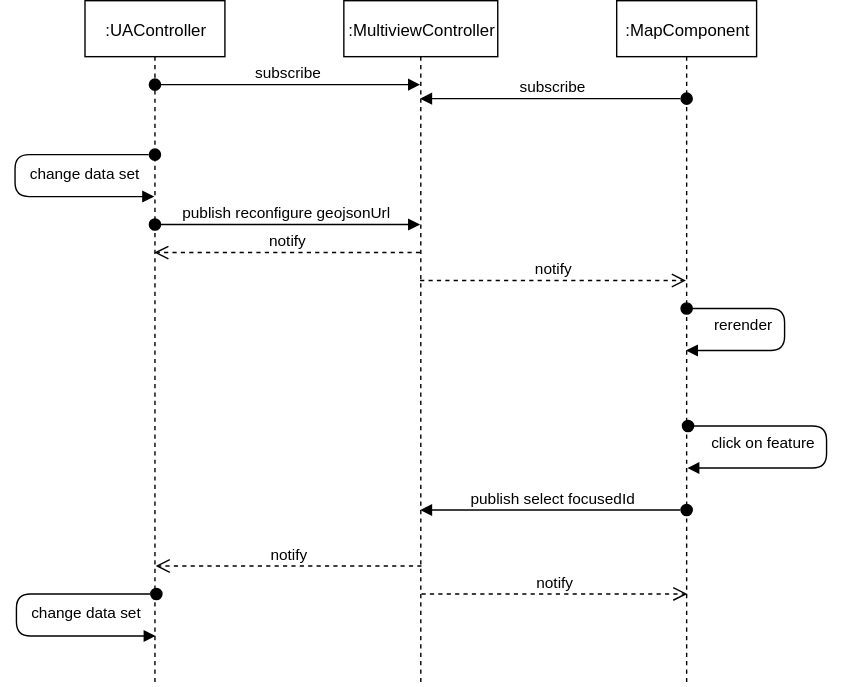
Earlier version of the draw.io export figures/implementation/SequenceDiagram.svg (roschaefer/master-thesis). Source tidied: cells renumbered, new cells last; positions are measured from the earlier drawing's top-left corner, leaving out a move shared by most shapes. Its diagram source:
```xml
<mxGraphModel background="#ffffff">
  <root>
    <mxCell id="0" />
    <mxCell id="1" parent="0" />
    <mxCell id="2" value=":UAController" style="shape=umlLifeline;perimeter=lifelinePerimeter;whiteSpace=wrap;html=1;outlineConnect=0;" parent="1" vertex="1">
      <mxGeometry x="50" width="100" height="490" as="geometry" />
    </mxCell>
    <mxCell id="3" value="subscribe" style="html=1;verticalAlign=bottom;startArrow=oval;startFill=1;endArrow=block;startSize=8;" parent="2" edge="1" target="4">
      <mxGeometry relative="1" as="geometry">
        <mxPoint x="50" y="60" as="sourcePoint" />
      </mxGeometry>
    </mxCell>
    <mxCell id="4" value=":MultiviewController" style="shape=umlLifeline;perimeter=lifelinePerimeter;whiteSpace=wrap;html=1;outlineConnect=0;" parent="1" vertex="1">
      <mxGeometry x="235" width="110" height="490" as="geometry" />
    </mxCell>
    <mxCell id="5" value=":MapComponent" style="shape=umlLifeline;perimeter=lifelinePerimeter;whiteSpace=wrap;html=1;outlineConnect=0;" parent="1" vertex="1">
      <mxGeometry x="430" width="100" height="490" as="geometry" />
    </mxCell>
    <mxCell id="6" value="subscribe" style="html=1;verticalAlign=bottom;startArrow=oval;startFill=1;endArrow=block;startSize=8;" parent="1" edge="1" source="5" target="4">
      <mxGeometry relative="1" as="geometry">
        <Array as="points">
          <mxPoint x="390" y="70" />
        </Array>
      </mxGeometry>
    </mxCell>
    <mxCell id="7" value="change data set" style="html=1;verticalAlign=bottom;startArrow=oval;startFill=1;endArrow=block;startSize=8;" parent="1" edge="1" source="2" target="2">
      <mxGeometry x="0.05" y="50" relative="1" as="geometry">
        <Array as="points">
          <mxPoint y="110" />
          <mxPoint y="140" />
        </Array>
        <mxPoint y="1" as="offset" />
      </mxGeometry>
    </mxCell>
    <mxCell id="8" value="publish reconfigure geojsonUrl" style="html=1;verticalAlign=bottom;startArrow=oval;startFill=1;endArrow=block;startSize=8;" parent="1" edge="1" source="2" target="4">
      <mxGeometry relative="1" as="geometry">
        <Array as="points">
          <mxPoint x="200" y="160" />
        </Array>
      </mxGeometry>
    </mxCell>
    <mxCell id="9" value="notify" style="html=1;verticalAlign=bottom;endArrow=open;dashed=1;endSize=8;" parent="1" edge="1" source="4" target="2">
      <mxGeometry relative="1" as="geometry">
        <Array as="points">
          <mxPoint x="190" y="180" />
        </Array>
      </mxGeometry>
    </mxCell>
    <mxCell id="10" value="notify" style="html=1;verticalAlign=bottom;endArrow=open;dashed=1;endSize=8;" parent="1" edge="1" source="4" target="5">
      <mxGeometry relative="1" as="geometry">
        <Array as="points">
          <mxPoint x="370" y="200" />
        </Array>
      </mxGeometry>
    </mxCell>
    <mxCell id="11" value="rerender" style="html=1;verticalAlign=bottom;startArrow=oval;startFill=1;endArrow=block;startSize=8;" parent="1" edge="1" source="5" target="5">
      <mxGeometry x="0.53" y="-10" relative="1" as="geometry">
        <Array as="points">
          <mxPoint x="520" y="220" />
          <mxPoint x="550" y="220" />
          <mxPoint x="550" y="250" />
          <mxPoint x="510" y="250" />
        </Array>
      </mxGeometry>
    </mxCell>
    <mxCell id="12" value="click on feature" style="html=1;verticalAlign=bottom;startArrow=oval;startFill=1;endArrow=block;startSize=8;" parent="1" edge="1">
      <mxGeometry x="0.53" y="-10" relative="1" as="geometry">
        <mxPoint x="480.5" y="304" as="sourcePoint" />
        <mxPoint x="480.5" y="334" as="targetPoint" />
        <Array as="points">
          <mxPoint x="521" y="304" />
          <mxPoint x="580" y="304" />
          <mxPoint x="580" y="334" />
          <mxPoint x="511" y="334" />
        </Array>
      </mxGeometry>
    </mxCell>
    <mxCell id="13" value="publish select focusedId" style="html=1;verticalAlign=bottom;startArrow=oval;startFill=1;endArrow=block;startSize=8;" parent="1" edge="1">
      <mxGeometry relative="1" as="geometry">
        <mxPoint x="479.5" y="364" as="sourcePoint" />
        <mxPoint x="289.5" y="364" as="targetPoint" />
        <Array as="points">
          <mxPoint x="390" y="364" />
        </Array>
      </mxGeometry>
    </mxCell>
    <mxCell id="14" value="notify" style="html=1;verticalAlign=bottom;endArrow=open;dashed=1;endSize=8;" parent="1" edge="1">
      <mxGeometry relative="1" as="geometry">
        <mxPoint x="290.5" y="404" as="sourcePoint" />
        <mxPoint x="100.5" y="404" as="targetPoint" />
        <Array as="points">
          <mxPoint x="191" y="404" />
        </Array>
      </mxGeometry>
    </mxCell>
    <mxCell id="15" value="notify" style="html=1;verticalAlign=bottom;endArrow=open;dashed=1;endSize=8;" parent="1" edge="1">
      <mxGeometry relative="1" as="geometry">
        <mxPoint x="290.5" y="424" as="sourcePoint" />
        <mxPoint x="480.5" y="424" as="targetPoint" />
        <Array as="points">
          <mxPoint x="371" y="424" />
        </Array>
      </mxGeometry>
    </mxCell>
    <mxCell id="16" value="change data set" style="html=1;verticalAlign=bottom;startArrow=oval;startFill=1;endArrow=block;startSize=8;" parent="1" edge="1">
      <mxGeometry x="0.05" y="50" relative="1" as="geometry">
        <mxPoint x="100.5" y="424" as="sourcePoint" />
        <mxPoint x="100.5" y="454" as="targetPoint" />
        <Array as="points">
          <mxPoint x="1" y="424" />
          <mxPoint x="1" y="454" />
        </Array>
        <mxPoint y="1" as="offset" />
      </mxGeometry>
    </mxCell>
  </root>
</mxGraphModel>
```
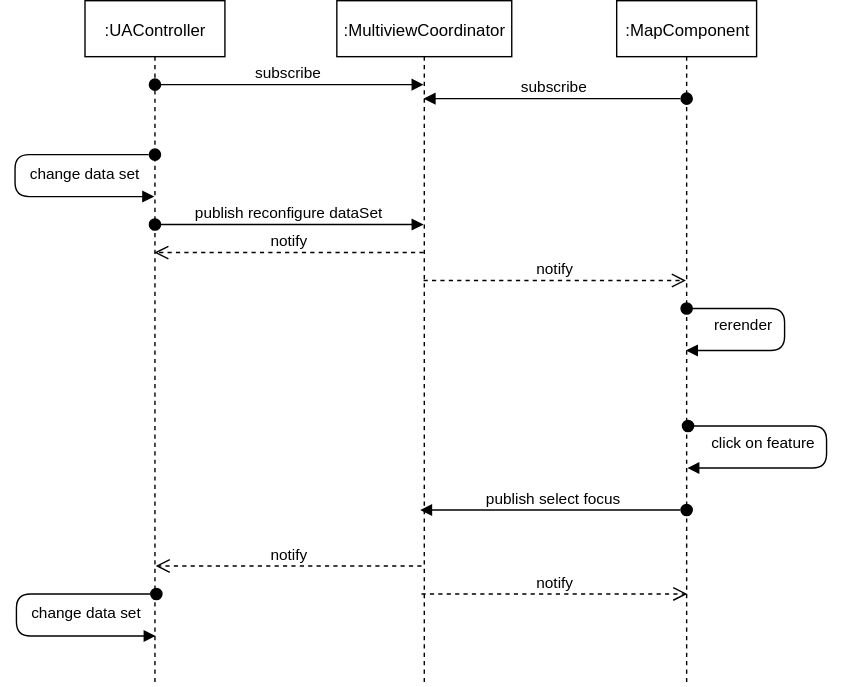
Above is the later version.

Commit message:
Add encoding diagram

Diff of the diagram source:
```diff
@@ -10,8 +10,8 @@
         <mxPoint x="50" y="60" as="sourcePoint" />
       </mxGeometry>
     </mxCell>
-    <mxCell id="4" value=":MultiviewController" style="shape=umlLifeline;perimeter=lifelinePerimeter;whiteSpace=wrap;html=1;outlineConnect=0;" parent="1" vertex="1">
-      <mxGeometry x="235" width="110" height="490" as="geometry" />
+    <mxCell id="4" value=":MultiviewCoordinator" style="shape=umlLifeline;perimeter=lifelinePerimeter;whiteSpace=wrap;html=1;outlineConnect=0;" parent="1" vertex="1">
+      <mxGeometry x="230" width="125" height="490" as="geometry" />
     </mxCell>
     <mxCell id="5" value=":MapComponent" style="shape=umlLifeline;perimeter=lifelinePerimeter;whiteSpace=wrap;html=1;outlineConnect=0;" parent="1" vertex="1">
       <mxGeometry x="430" width="100" height="490" as="geometry" />
@@ -32,7 +32,7 @@
         <mxPoint y="1" as="offset" />
       </mxGeometry>
     </mxCell>
-    <mxCell id="8" value="publish reconfigure geojsonUrl" style="html=1;verticalAlign=bottom;startArrow=oval;startFill=1;endArrow=block;startSize=8;" parent="1" edge="1" source="2" target="4">
+    <mxCell id="8" value="publish reconfigure dataSet" style="html=1;verticalAlign=bottom;startArrow=oval;startFill=1;endArrow=block;startSize=8;" parent="1" edge="1" source="2" target="4">
       <mxGeometry relative="1" as="geometry">
         <Array as="points">
           <mxPoint x="200" y="160" />
@@ -75,7 +75,7 @@
         </Array>
       </mxGeometry>
     </mxCell>
-    <mxCell id="13" value="publish select focusedId" style="html=1;verticalAlign=bottom;startArrow=oval;startFill=1;endArrow=block;startSize=8;" parent="1" edge="1">
+    <mxCell id="13" value="publish select focus " style="html=1;verticalAlign=bottom;startArrow=oval;startFill=1;endArrow=block;startSize=8;" parent="1" edge="1">
       <mxGeometry relative="1" as="geometry">
         <mxPoint x="479.5" y="364" as="sourcePoint" />
         <mxPoint x="289.5" y="364" as="targetPoint" />
```
